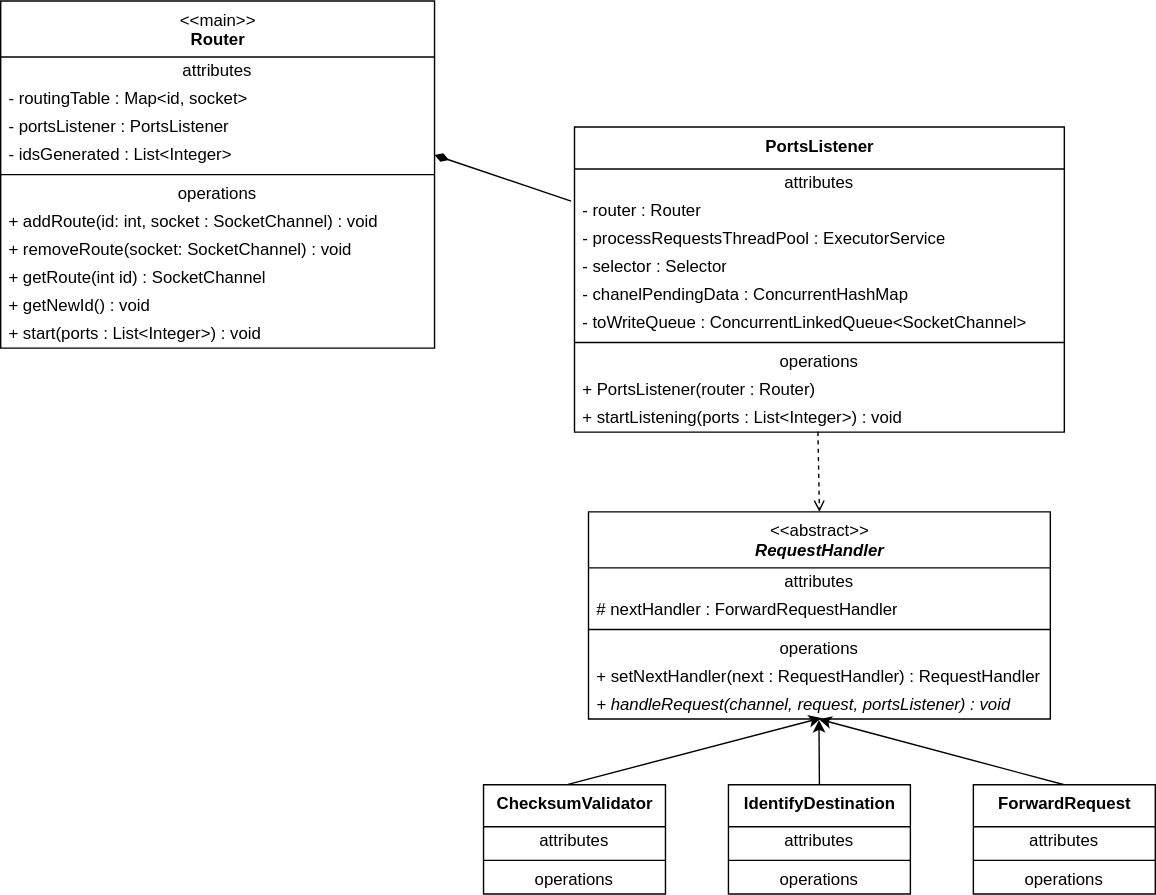
Above: routerUML.svg in tlouro-c/stock-exchange-simulator (draw.io), before the change. Source tidied: cells renumbered, new cells last; positions are measured from the earlier drawing's top-left corner, leaving out a move shared by most shapes.
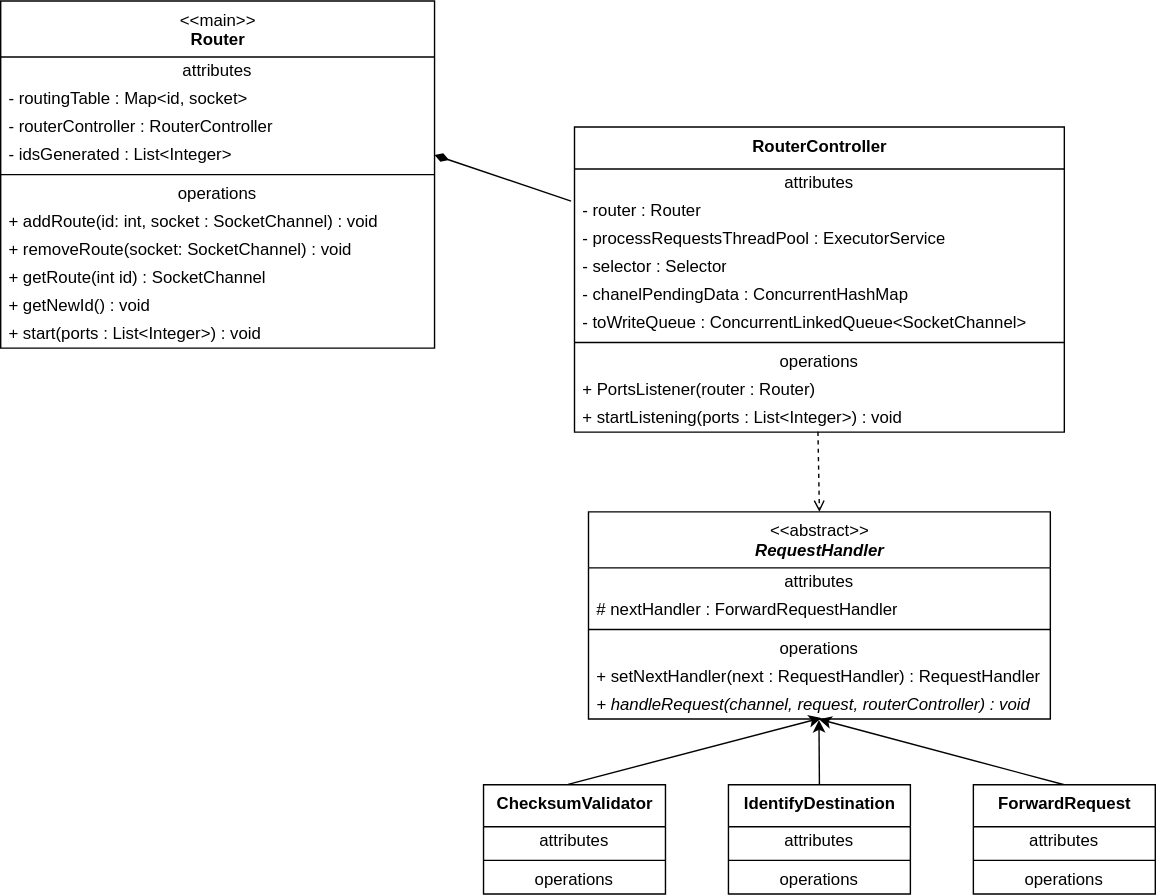
Above is the later version.

Change to the diagram source:
```diff
@@ -2,7 +2,7 @@
   <root>
     <mxCell id="0" />
     <mxCell id="1" parent="0" />
-    <mxCell id="2" value="&lt;b&gt;PortsListener&lt;br&gt;&lt;/b&gt;" style="swimlane;fontStyle=0;align=center;verticalAlign=top;horizontal=1;startSize=30;html=1;" parent="1" vertex="1">
+    <mxCell id="2" value="&lt;b&gt;RouterController&lt;br&gt;&lt;/b&gt;" style="swimlane;fontStyle=0;align=center;verticalAlign=top;horizontal=1;startSize=30;html=1;" parent="1" vertex="1">
       <mxGeometry x="410" y="90" width="350" height="218" as="geometry" />
     </mxCell>
     <mxCell id="3" value="attributes" style="text;html=1;strokeColor=none;fillColor=none;align=center;verticalAlign=middle;spacingLeft=4;spacingRight=4;overflow=hidden;points=[[0,0.5],[1,0.5]];portConstraint=eastwest;" parent="2" vertex="1">
@@ -53,7 +53,7 @@
     <mxCell id="18" value="+ setNextHandler(next : RequestHandler) : RequestHandler" style="text;html=1;strokeColor=none;fillColor=none;align=left;verticalAlign=middle;spacingLeft=4;spacingRight=4;overflow=hidden;" parent="13" vertex="1">
       <mxGeometry y="108" width="330" height="20" as="geometry" />
     </mxCell>
-    <mxCell id="19" value="&lt;i&gt;+ handleRequest(channel, request, portsListener) : void&lt;/i&gt;" style="text;html=1;strokeColor=none;fillColor=none;align=left;verticalAlign=middle;spacingLeft=4;spacingRight=4;overflow=hidden;points=[[0,0.5],[1,0.5]];portConstraint=eastwest;" parent="13" vertex="1">
+    <mxCell id="19" value="&lt;i&gt;+ handleRequest(channel, request, routerController) : void&lt;/i&gt;" style="text;html=1;strokeColor=none;fillColor=none;align=left;verticalAlign=middle;spacingLeft=4;spacingRight=4;overflow=hidden;points=[[0,0.5],[1,0.5]];portConstraint=eastwest;" parent="13" vertex="1">
       <mxGeometry y="128" width="330" height="20" as="geometry" />
     </mxCell>
     <mxCell id="20" style="edgeStyle=none;html=1;entryX=0.504;entryY=0.963;entryDx=0;entryDy=0;entryPerimeter=0;exitX=0.465;exitY=-0.004;exitDx=0;exitDy=0;exitPerimeter=0;" parent="1" edge="1" source="21" target="19">
@@ -80,7 +80,7 @@
     <mxCell id="27" value="- routingTable : Map&amp;lt;id, socket&amp;gt;&amp;nbsp;" style="text;html=1;strokeColor=none;fillColor=none;align=left;verticalAlign=middle;spacingLeft=4;spacingRight=4;overflow=hidden;" parent="25" vertex="1">
       <mxGeometry y="60" width="310" height="20" as="geometry" />
     </mxCell>
-    <mxCell id="28" value="- portsListener : PortsListener&amp;nbsp;" style="text;html=1;strokeColor=none;fillColor=none;align=left;verticalAlign=middle;spacingLeft=4;spacingRight=4;overflow=hidden;" parent="25" vertex="1">
+    <mxCell id="28" value="- routerController : RouterController" style="text;html=1;strokeColor=none;fillColor=none;align=left;verticalAlign=middle;spacingLeft=4;spacingRight=4;overflow=hidden;" parent="25" vertex="1">
       <mxGeometry y="80" width="310" height="20" as="geometry" />
     </mxCell>
     <mxCell id="29" value="- idsGenerated : List&amp;lt;Integer&amp;gt;&amp;nbsp;" style="text;html=1;strokeColor=none;fillColor=none;align=left;verticalAlign=middle;spacingLeft=4;spacingRight=4;overflow=hidden;points=[[0,0.5],[1,0.5]];portConstraint=eastwest;" parent="25" vertex="1">
```
